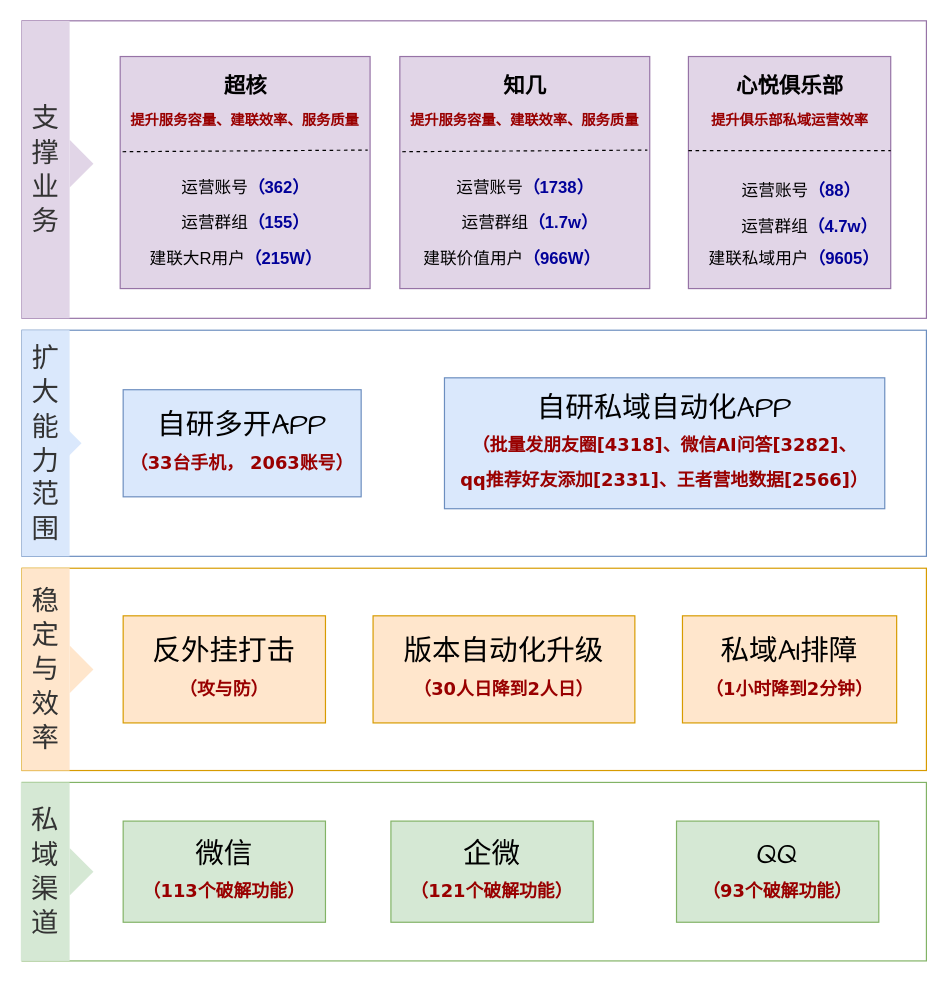
This is 私域工具终极形态.drawio from skindhu/9GAG, a draw.io file, before an edit. Source tidied: cells renumbered, new cells numbered last; positions are measured from the earlier drawing's top-left corner, leaving out a move shared by most shapes. Both pictures are drawn from the tidied source at 119%, with x=0, y=0 at pixel (20, 20).
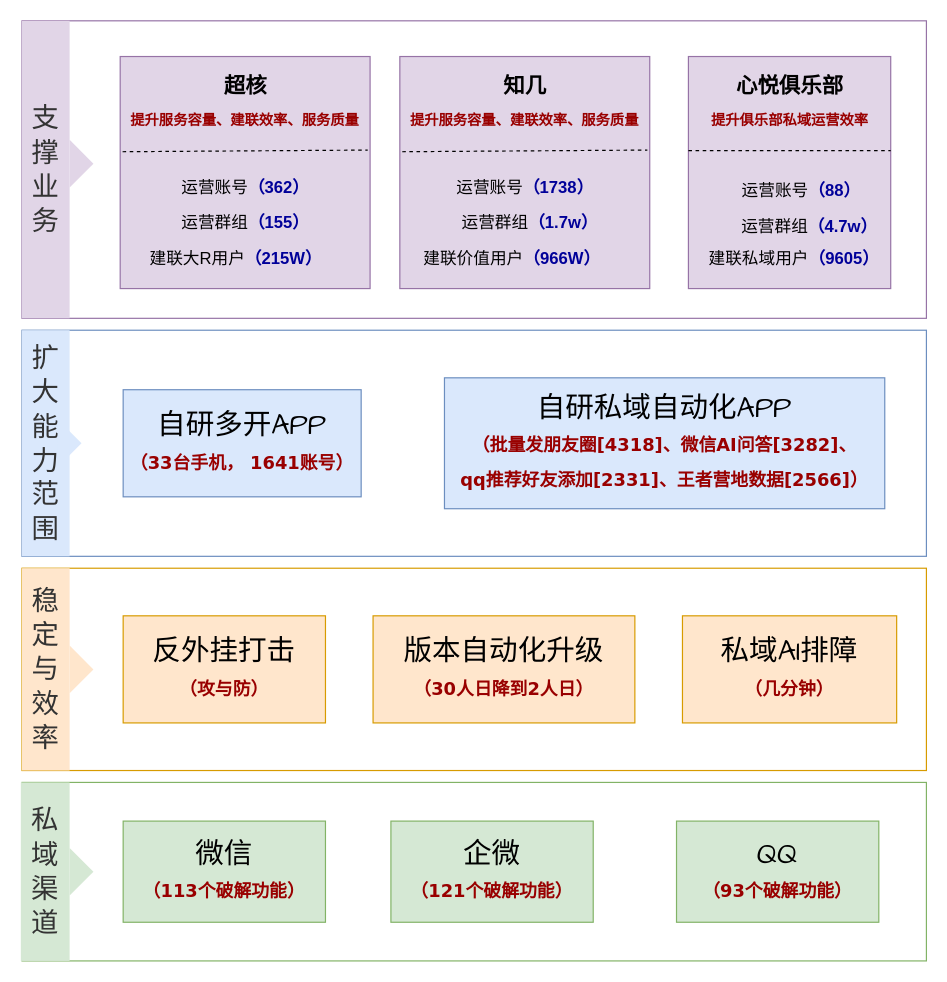
The same diagram, later.

Commit message:
更新私域工具终极形态.drawio

Change to the diagram source:
```diff
@@
-    <mxCell id="7" value="私域AI排障&lt;br&gt;&lt;div&gt;&lt;font face=&quot;Verdana&quot; style=&quot;font-size: 15px; color: rgb(153, 0, 0);&quot;&gt;&lt;b&gt;（1小时降到2分钟）&lt;/b&gt;&lt;/font&gt;&lt;/div&gt;" style="rounded=0;whiteSpace=wrap;html=1;hachureGap=4;strokeColor=#d79b00;align=center;verticalAlign=middle;fontFamily=Architects Daughter;fontSize=24;fillColor=#ffe6cc;" parent="1" vertex="1">
+    <mxCell id="7" value="私域AI排障&lt;br&gt;&lt;div&gt;&lt;font face=&quot;Verdana&quot; style=&quot;font-size: 15px; color: rgb(153, 0, 0);&quot;&gt;&lt;b&gt;（几分钟）&lt;/b&gt;&lt;/font&gt;&lt;/div&gt;" style="rounded=0;whiteSpace=wrap;html=1;hachureGap=4;strokeColor=#d79b00;align=center;verticalAlign=middle;fontFamily=Architects Daughter;fontSize=24;fillColor=#ffe6cc;" parent="1" vertex="1">
       <mxGeometry x="556" y="500" width="180" height="90" as="geometry" />
     </mxCell>
@@
-    <mxCell id="11" value="自研多开APP&lt;br&gt;&lt;div&gt;&lt;font face=&quot;Verdana&quot; style=&quot;font-size: 15px; color: rgb(153, 0, 0);&quot;&gt;&lt;b&gt;（33台手机， 2063账号）&lt;/b&gt;&lt;/font&gt;&lt;/div&gt;" style="rounded=0;whiteSpace=wrap;html=1;hachureGap=4;strokeColor=#6c8ebf;align=center;verticalAlign=middle;fontFamily=Architects Daughter;fontSize=24;fillColor=#dae8fc;" parent="1" vertex="1">
+    <mxCell id="11" value="自研多开APP&lt;br&gt;&lt;div&gt;&lt;font face=&quot;Verdana&quot; style=&quot;font-size: 15px; color: rgb(153, 0, 0);&quot;&gt;&lt;b&gt;（33台手机， 1641账号）&lt;/b&gt;&lt;/font&gt;&lt;/div&gt;" style="rounded=0;whiteSpace=wrap;html=1;hachureGap=4;strokeColor=#6c8ebf;align=center;verticalAlign=middle;fontFamily=Architects Daughter;fontSize=24;fillColor=#dae8fc;" parent="1" vertex="1">
       <mxGeometry x="86" y="310" width="200" height="90" as="geometry" />
     </mxCell>
```
